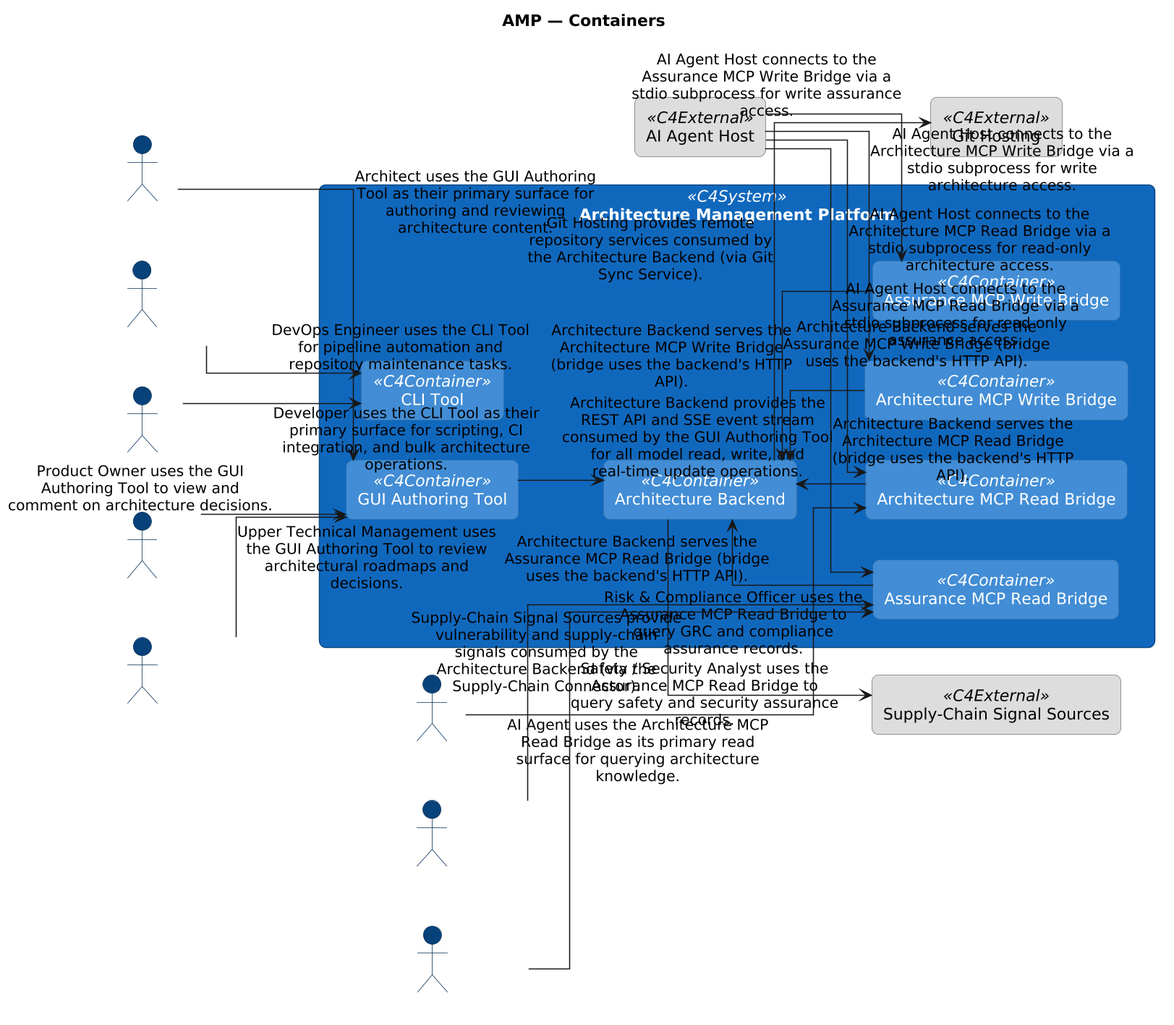
Earlier version of the PlantUML export engagements/ENG-ARCH-REPO/architecture-repository/diagram-catalog/rendered/CC@1780829785.Z_fI-N.amp-containers.png (mbauer83/assisted-architecture-management).
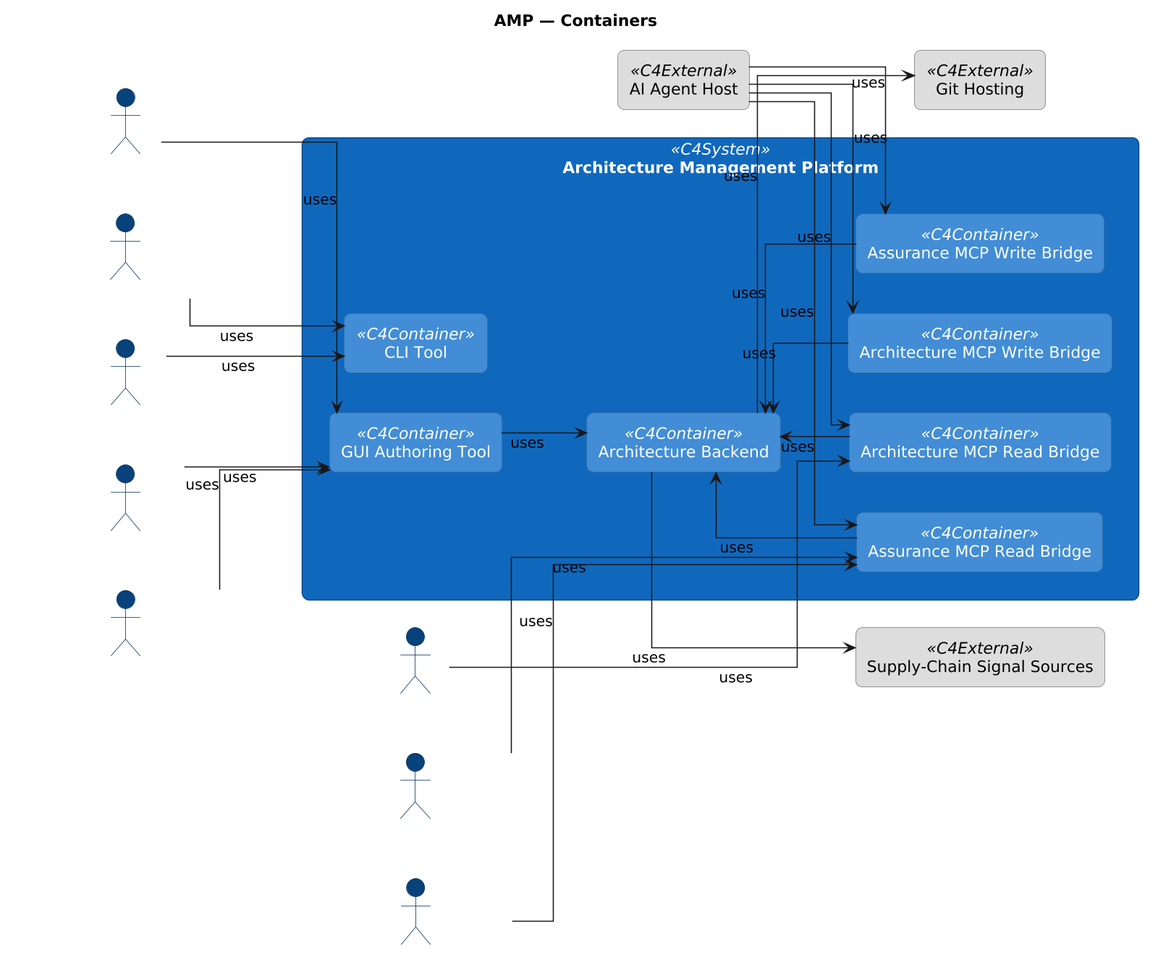
Above is the later version.

What changed in the source:
```diff
@@ -80,23 +80,23 @@
 APP_Je9pmw -[hidden]right- APP_JqIBPJ
 
 
-ACT_Nn7Oo7 --> APP_lmO0mp : Architect uses the GUI Authoring Tool as their primary surface for authoring and reviewing architecture content.
-ACT_OLWiNc --> APP_kjC6ex : DevOps Engineer uses the CLI Tool for pipeline automation and repository maintenance tasks.
-ACT_Pp8Qq8 --> APP_kjC6ex : Developer uses the CLI Tool as their primary surface for scripting, CI integration, and bulk architecture operations.
-ACT_Rr9Ss9 --> APP_lmO0mp : Product Owner uses the GUI Authoring Tool to view and comment on architecture decisions.
-ACT_Ut1Vv1 --> APP_lmO0mp : Upper Technical Management uses the GUI Authoring Tool to review architectural roadmaps and decisions.
-APP_lmO0mp --> APP_OYEmP1 : Architecture Backend provides the REST API and SSE event stream consumed by the GUI Authoring Tool for all model read, write, and real-time update operations.
-APP_Ne0utf --> APP_OYEmP1 : Architecture Backend serves the Architecture MCP Read Bridge (bridge uses the backend's HTTP API).
-APP_etTj9M --> APP_OYEmP1 : Architecture Backend serves the Architecture MCP Write Bridge (bridge uses the backend's HTTP API).
-APP_iu_kKL --> APP_OYEmP1 : Architecture Backend serves the Assurance MCP Read Bridge (bridge uses the backend's HTTP API).
-APP_js9xHR --> APP_OYEmP1 : Architecture Backend serves the Assurance MCP Write Bridge (bridge uses the backend's HTTP API).
-APP_v6AXNw --> APP_Ne0utf : AI Agent Host connects to the Architecture MCP Read Bridge via a stdio subprocess for read-only architecture access.
-APP_v6AXNw --> APP_etTj9M : AI Agent Host connects to the Architecture MCP Write Bridge via a stdio subprocess for write architecture access.
-APP_v6AXNw --> APP_iu_kKL : AI Agent Host connects to the Assurance MCP Read Bridge via a stdio subprocess for read-only assurance access.
-APP_v6AXNw --> APP_js9xHR : AI Agent Host connects to the Assurance MCP Write Bridge via a stdio subprocess for write assurance access.
-APP_OYEmP1 --> APP_Je9pmw : Git Hosting provides remote repository services consumed by the Architecture Backend (via Git Sync Service).
-APP_OYEmP1 --> APP_JqIBPJ : Supply-Chain Signal Sources provide vulnerability and supply-chain signals consumed by the Architecture Backend (via the Supply-Chain Connector).
-ROL_udXPfB --> APP_Ne0utf : AI Agent uses the Architecture MCP Read Bridge as its primary read surface for querying architecture knowledge.
-ROL_abNYhO --> APP_iu_kKL : Risk & Compliance Officer uses the Assurance MCP Read Bridge to query GRC and compliance assurance records.
-ROL_yswDMB --> APP_iu_kKL : Safety / Security Analyst uses the Assurance MCP Read Bridge to query safety and security assurance records.
+ACT_Nn7Oo7 --> APP_lmO0mp : uses
+ACT_OLWiNc --> APP_kjC6ex : uses
+ACT_Pp8Qq8 --> APP_kjC6ex : uses
+ACT_Rr9Ss9 --> APP_lmO0mp : uses
+ACT_Ut1Vv1 --> APP_lmO0mp : uses
+APP_lmO0mp --> APP_OYEmP1 : uses
+APP_Ne0utf --> APP_OYEmP1 : uses
+APP_etTj9M --> APP_OYEmP1 : uses
+APP_iu_kKL --> APP_OYEmP1 : uses
+APP_js9xHR --> APP_OYEmP1 : uses
+APP_v6AXNw --> APP_Ne0utf : uses
+APP_v6AXNw --> APP_etTj9M : uses
+APP_v6AXNw --> APP_iu_kKL : uses
+APP_v6AXNw --> APP_js9xHR : uses
+APP_OYEmP1 --> APP_Je9pmw : uses
+APP_OYEmP1 --> APP_JqIBPJ : uses
+ROL_udXPfB --> APP_Ne0utf : uses
+ROL_abNYhO --> APP_iu_kKL : uses
+ROL_yswDMB --> APP_iu_kKL : uses
 @enduml
```
